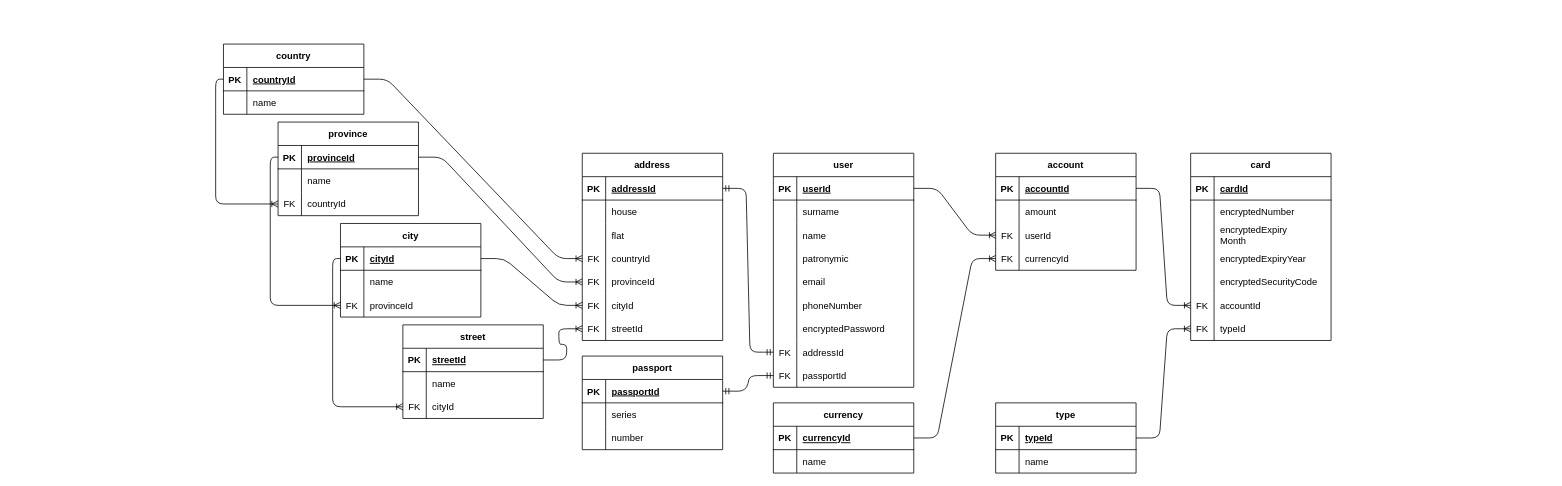
Above: server/database-models.drawio in embersage/Bank-application (draw.io), before the change. Source tidied: cells renumbered, new cells numbered last; positions are measured from the earlier drawing's top-left corner, leaving out a move shared by most shapes. Both pictures are drawn from the tidied source at 78%, with x=0, y=0 at pixel (215, 44).
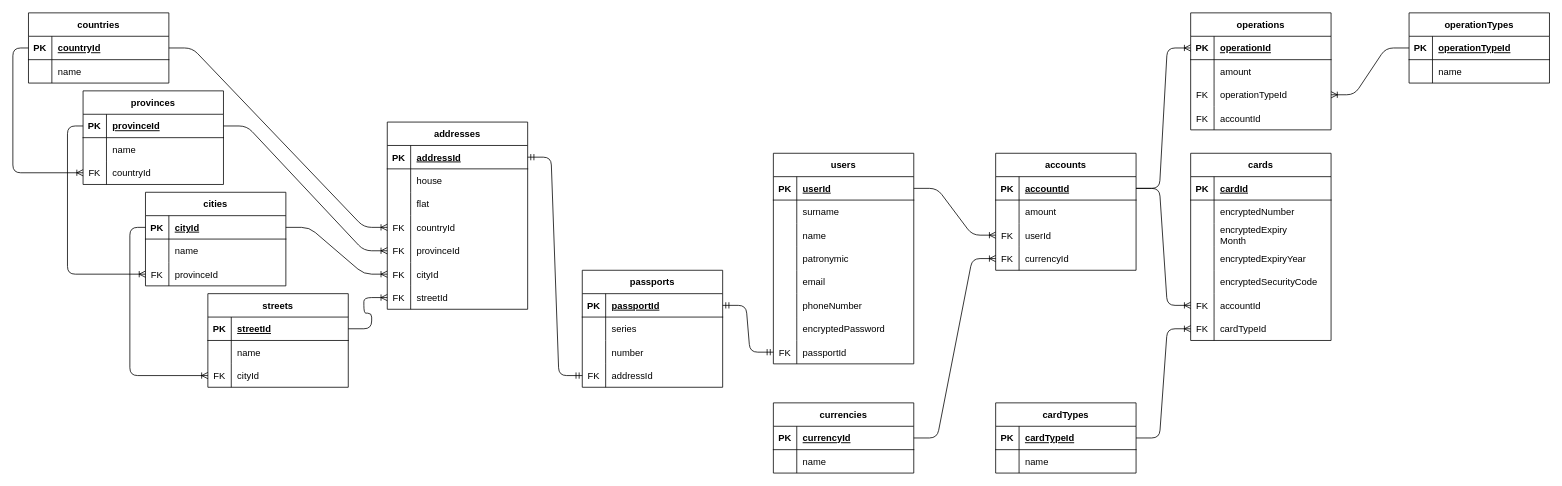
Above is the later version.

The change refers to these unchanged cells:
```xml
<mxCell id="50" style="shape=tableRow;horizontal=0;startSize=0;swimlaneHead=0;swimlaneBody=0;fillColor=none;points=[[0,0.5],[1,0.5]];portConstraint=eastwest;top=0;left=0;right=0;bottom=0;" parent="31" vertex="1">
  <mxGeometry y="210" width="180" height="30" as="geometry" />
</mxCell>
<mxCell id="55" style="shape=tableRow;horizontal=0;startSize=0;swimlaneHead=0;swimlaneBody=0;fillColor=none;points=[[0,0.5],[1,0.5]];portConstraint=eastwest;top=0;left=0;right=0;bottom=1;" parent="54" vertex="1">
  <mxGeometry y="30" width="180" height="30" as="geometry" />
</mxCell>
<mxCell id="78" style="shape=tableRow;horizontal=0;startSize=0;swimlaneHead=0;swimlaneBody=0;fillColor=none;points=[[0,0.5],[1,0.5]];portConstraint=eastwest;top=0;left=0;right=0;bottom=1;" parent="77" vertex="1">
  <mxGeometry y="30" width="180" height="30" as="geometry" />
</mxCell>
<mxCell id="100" style="shape=tableRow;horizontal=0;startSize=0;swimlaneHead=0;swimlaneBody=0;fillColor=none;points=[[0,0.5],[1,0.5]];portConstraint=eastwest;top=0;left=0;right=0;bottom=1;" parent="99" vertex="1">
  <mxGeometry y="30" width="180" height="30" as="geometry" />
</mxCell>
<mxCell id="108" style="shape=tableRow;horizontal=0;startSize=0;swimlaneHead=0;swimlaneBody=0;fillColor=none;points=[[0,0.5],[1,0.5]];portConstraint=eastwest;top=0;left=0;right=0;bottom=1;" parent="107" vertex="1">
  <mxGeometry y="30" width="180" height="30" as="geometry" />
</mxCell>
<mxCell id="114" style="shape=tableRow;horizontal=0;startSize=0;swimlaneHead=0;swimlaneBody=0;fillColor=none;points=[[0,0.5],[1,0.5]];portConstraint=eastwest;top=0;left=0;right=0;bottom=0;" parent="107" vertex="1">
  <mxGeometry y="90" width="180" height="30" as="geometry" />
</mxCell>
<mxCell id="119" style="shape=tableRow;horizontal=0;startSize=0;swimlaneHead=0;swimlaneBody=0;fillColor=none;points=[[0,0.5],[1,0.5]];portConstraint=eastwest;top=0;left=0;right=0;bottom=1;" parent="118" vertex="1">
  <mxGeometry y="30" width="180" height="30" as="geometry" />
</mxCell>
<mxCell id="125" style="shape=tableRow;horizontal=0;startSize=0;swimlaneHead=0;swimlaneBody=0;fillColor=none;points=[[0,0.5],[1,0.5]];portConstraint=eastwest;top=0;left=0;right=0;bottom=0;" parent="118" vertex="1">
  <mxGeometry y="90" width="180" height="30" as="geometry" />
</mxCell>
<mxCell id="136" style="shape=tableRow;horizontal=0;startSize=0;swimlaneHead=0;swimlaneBody=0;fillColor=none;points=[[0,0.5],[1,0.5]];portConstraint=eastwest;top=0;left=0;right=0;bottom=0;" parent="129" vertex="1">
  <mxGeometry y="90" width="180" height="30" as="geometry" />
</mxCell>
<mxCell id="145" style="shape=tableRow;horizontal=0;startSize=0;swimlaneHead=0;swimlaneBody=0;fillColor=none;points=[[0,0.5],[1,0.5]];portConstraint=eastwest;top=0;left=0;right=0;bottom=1;" parent="144" vertex="1">
  <mxGeometry y="30" width="180" height="30" as="geometry" />
</mxCell>
```

Change to the diagram source:
```diff
@@
-    <mxCell id="2" value="user" style="shape=table;startSize=30;childLayout=tableLayout;rowLines=0;fontStyle=1;align=center;" parent="1" vertex="1">
-      <mxGeometry x="715" y="140" width="180" height="300" as="geometry" />
+    <mxCell id="2" value="users" style="shape=table;startSize=30;childLayout=tableLayout;rowLines=0;fontStyle=1;align=center;" parent="1" vertex="1">
+      <mxGeometry x="715" y="140" width="180" height="270" as="geometry" />
     </mxCell>
@@
-    <mxCell id="24" style="shape=tableRow;horizontal=0;startSize=0;swimlaneHead=0;swimlaneBody=0;fillColor=none;points=[[0,0.5],[1,0.5]];portConstraint=eastwest;top=0;left=0;right=0;bottom=0;" parent="2" vertex="1">
-      <mxGeometry y="240" width="180" height="30" as="geometry" />
-    </mxCell>
-    <mxCell id="25" value="FK" style="shape=partialRectangle;fillColor=none;top=0;left=0;bottom=0;right=0;fontStyle=0;overflow=hidden;" parent="24" vertex="1">
-      <mxGeometry width="30" height="30" as="geometry" />
-    </mxCell>
-    <mxCell id="26" value="addressId" style="shape=partialRectangle;fillColor=none;top=0;left=0;bottom=0;right=0;align=left;spacingLeft=6;fontStyle=0;overflow=hidden;" parent="24" vertex="1">
-      <mxGeometry x="30" width="150" height="30" as="geometry" />
-    </mxCell>
     <mxCell id="27" style="shape=tableRow;horizontal=0;startSize=0;swimlaneHead=0;swimlaneBody=0;fillColor=none;points=[[0,0.5],[1,0.5]];portConstraint=eastwest;top=0;left=0;right=0;bottom=0;" parent="2" vertex="1">
-      <mxGeometry y="270" width="180" height="30" as="geometry" />
+      <mxGeometry y="240" width="180" height="30" as="geometry" />
     </mxCell>
@@
-    <mxCell id="31" value="card" style="shape=table;startSize=30;childLayout=tableLayout;rowLines=0;fontStyle=1;align=center;" parent="1" vertex="1">
+    <mxCell id="31" value="cards" style="shape=table;startSize=30;childLayout=tableLayout;rowLines=0;fontStyle=1;align=center;" parent="1" vertex="1">
       <mxGeometry x="1250" y="140" width="180" height="240" as="geometry" />
     </mxCell>
@@
-    <mxCell id="52" value="typeId" style="shape=partialRectangle;fillColor=none;top=0;left=0;bottom=0;right=0;align=left;spacingLeft=6;fontStyle=0;overflow=hidden;" parent="50" vertex="1">
+    <mxCell id="52" value="cardTypeId" style="shape=partialRectangle;fillColor=none;top=0;left=0;bottom=0;right=0;align=left;spacingLeft=6;fontStyle=0;overflow=hidden;" parent="50" vertex="1">
       <mxGeometry x="30" width="150" height="30" as="geometry" />
     </mxCell>
@@
-    <mxCell id="54" value="account" style="shape=table;startSize=30;childLayout=tableLayout;rowLines=0;fontStyle=1;align=center;" parent="1" vertex="1">
+    <mxCell id="54" value="accounts" style="shape=table;startSize=30;childLayout=tableLayout;rowLines=0;fontStyle=1;align=center;" parent="1" vertex="1">
       <mxGeometry x="1000" y="140" width="180" height="150" as="geometry" />
     </mxCell>
@@
-    <mxCell id="68" value="currency" style="shape=table;startSize=30;childLayout=tableLayout;rowLines=0;fontStyle=1;align=center;" parent="1" vertex="1">
+    <mxCell id="68" value="currencies" style="shape=table;startSize=30;childLayout=tableLayout;rowLines=0;fontStyle=1;align=center;" parent="1" vertex="1">
       <mxGeometry x="715" y="460" width="180" height="90" as="geometry" />
     </mxCell>
@@
-    <mxCell id="77" value="address" style="shape=table;startSize=30;childLayout=tableLayout;rowLines=0;fontStyle=1;align=center;" parent="1" vertex="1">
-      <mxGeometry x="470" y="140" width="180" height="240" as="geometry" />
+    <mxCell id="77" value="addresses" style="shape=table;startSize=30;childLayout=tableLayout;rowLines=0;fontStyle=1;align=center;" parent="1" vertex="1">
+      <mxGeometry x="220" y="100" width="180" height="240" as="geometry" />
     </mxCell>
@@
-    <mxCell id="99" value="country" style="shape=table;startSize=30;childLayout=tableLayout;rowLines=0;fontStyle=1;align=center;" parent="1" vertex="1">
-      <mxGeometry x="10" width="180" height="90" as="geometry" />
+    <mxCell id="99" value="countries" style="shape=table;startSize=30;childLayout=tableLayout;rowLines=0;fontStyle=1;align=center;" parent="1" vertex="1">
+      <mxGeometry x="-240" y="-40" width="180" height="90" as="geometry" />
     </mxCell>
@@
-    <mxCell id="107" value="province" style="shape=table;startSize=30;childLayout=tableLayout;rowLines=0;fontStyle=1;align=center;" parent="1" vertex="1">
-      <mxGeometry x="80" y="100" width="180" height="120" as="geometry" />
+    <mxCell id="107" value="provinces" style="shape=table;startSize=30;childLayout=tableLayout;rowLines=0;fontStyle=1;align=center;" parent="1" vertex="1">
+      <mxGeometry x="-170" y="60" width="180" height="120" as="geometry" />
     </mxCell>
@@
-    <mxCell id="118" value="city" style="shape=table;startSize=30;childLayout=tableLayout;rowLines=0;fontStyle=1;align=center;" parent="1" vertex="1">
-      <mxGeometry x="160" y="230" width="180" height="120" as="geometry" />
+    <mxCell id="118" value="cities" style="shape=table;startSize=30;childLayout=tableLayout;rowLines=0;fontStyle=1;align=center;" parent="1" vertex="1">
+      <mxGeometry x="-90" y="190" width="180" height="120" as="geometry" />
     </mxCell>
@@
-    <mxCell id="129" value="street" style="shape=table;startSize=30;childLayout=tableLayout;rowLines=0;fontStyle=1;align=center;" parent="1" vertex="1">
-      <mxGeometry x="240" y="360" width="180" height="120" as="geometry" />
+    <mxCell id="129" value="streets" style="shape=table;startSize=30;childLayout=tableLayout;rowLines=0;fontStyle=1;align=center;" parent="1" vertex="1">
+      <mxGeometry x="-10" y="320" width="180" height="120" as="geometry" />
     </mxCell>
@@
-    <mxCell id="140" style="fontSize=12;html=1;endArrow=ERoneToMany;exitX=0;exitY=0.5;exitDx=0;exitDy=0;entryX=0;entryY=0.5;entryDx=0;entryDy=0;edgeStyle=orthogonalEdgeStyle;" parent="1" edge="1" source="100" target="114">
-      <mxGeometry relative="1" as="geometry">
-        <Array as="points">
-          <mxPoint y="45" />
-          <mxPoint y="205" />
-        </Array>
-      </mxGeometry>
-    </mxCell>
-    <mxCell id="141" style="edgeStyle=orthogonalEdgeStyle;fontSize=12;html=1;endArrow=ERoneToMany;exitX=0;exitY=0.5;exitDx=0;exitDy=0;entryX=0;entryY=0.5;entryDx=0;entryDy=0;" parent="1" edge="1" source="108" target="125">
-      <mxGeometry relative="1" as="geometry">
-        <Array as="points">
-          <mxPoint x="70" y="145" />
-          <mxPoint x="70" y="335" />
-        </Array>
-      </mxGeometry>
-    </mxCell>
-    <mxCell id="142" style="edgeStyle=orthogonalEdgeStyle;fontSize=12;html=1;endArrow=ERoneToMany;exitX=0;exitY=0.5;exitDx=0;exitDy=0;entryX=0;entryY=0.5;entryDx=0;entryDy=0;" parent="1" edge="1" source="119" target="136">
-      <mxGeometry relative="1" as="geometry">
-        <Array as="points">
-          <mxPoint x="150" y="275" />
-          <mxPoint x="150" y="465" />
-        </Array>
-      </mxGeometry>
-    </mxCell>
-    <mxCell id="143" style="edgeStyle=entityRelationEdgeStyle;fontSize=12;html=1;endArrow=ERmandOne;startArrow=ERmandOne;sketch=0;strokeColor=default;exitX=1;exitY=0.5;exitDx=0;exitDy=0;entryX=0;entryY=0.5;entryDx=0;entryDy=0;" parent="1" edge="1" source="78" target="24">
-      <mxGeometry relative="1" as="geometry" />
-    </mxCell>
-    <mxCell id="144" value="type" style="shape=table;startSize=30;childLayout=tableLayout;rowLines=0;fontStyle=1;align=center;" parent="1" vertex="1">
+    <mxCell id="144" value="cardTypes" style="shape=table;startSize=30;childLayout=tableLayout;rowLines=0;fontStyle=1;align=center;" parent="1" vertex="1">
       <mxGeometry x="1000" y="460" width="180" height="90" as="geometry" />
     </mxCell>
@@
-    <mxCell id="147" value="typeId" style="shape=partialRectangle;fillColor=none;top=0;left=0;bottom=0;right=0;align=left;spacingLeft=6;fontStyle=5;overflow=hidden;" parent="145" vertex="1">
+    <mxCell id="147" value="cardTypeId" style="shape=partialRectangle;fillColor=none;top=0;left=0;bottom=0;right=0;align=left;spacingLeft=6;fontStyle=5;overflow=hidden;" parent="145" vertex="1">
       <mxGeometry x="30" width="150" height="30" as="geometry" />
     </mxCell>
@@
-    <mxCell id="152" value="passport" style="shape=table;startSize=30;childLayout=tableLayout;rowLines=0;fontStyle=1;align=center;" parent="1" vertex="1">
-      <mxGeometry x="470" y="400" width="180" height="120" as="geometry" />
+    <mxCell id="152" value="passports" style="shape=table;startSize=30;childLayout=tableLayout;rowLines=0;fontStyle=1;align=center;" parent="1" vertex="1">
+      <mxGeometry x="470" y="290" width="180" height="150" as="geometry" />
     </mxCell>
@@
+    <mxCell id="163" style="shape=tableRow;horizontal=0;startSize=0;swimlaneHead=0;swimlaneBody=0;fillColor=none;points=[[0,0.5],[1,0.5]];portConstraint=eastwest;top=0;left=0;right=0;bottom=0;" parent="152" vertex="1">
+      <mxGeometry y="120" width="180" height="30" as="geometry" />
+    </mxCell>
+    <mxCell id="164" value="FK" style="shape=partialRectangle;fillColor=none;top=0;left=0;bottom=0;right=0;fontStyle=0;overflow=hidden;" parent="163" vertex="1">
+      <mxGeometry width="30" height="30" as="geometry" />
+    </mxCell>
+    <mxCell id="26" value="addressId" style="shape=partialRectangle;fillColor=none;top=0;left=0;bottom=0;right=0;align=left;spacingLeft=6;fontStyle=0;overflow=hidden;" parent="163" vertex="1">
+      <mxGeometry x="30" width="150" height="30" as="geometry" />
+    </mxCell>
@@
+    <mxCell id="165" style="edgeStyle=entityRelationEdgeStyle;fontSize=12;html=1;endArrow=ERmandOne;startArrow=ERmandOne;sketch=0;strokeColor=default;exitX=1;exitY=0.5;exitDx=0;exitDy=0;entryX=0;entryY=0.5;entryDx=0;entryDy=0;" parent="1" edge="1" source="78" target="163">
+      <mxGeometry relative="1" as="geometry" />
+    </mxCell>
+    <mxCell id="166" value="operations" style="shape=table;startSize=30;childLayout=tableLayout;rowLines=0;fontStyle=1;align=center;" parent="1" vertex="1">
+      <mxGeometry x="1250" y="-40" width="180" height="150" as="geometry" />
+    </mxCell>
+    <mxCell id="167" style="shape=tableRow;horizontal=0;startSize=0;swimlaneHead=0;swimlaneBody=0;fillColor=none;points=[[0,0.5],[1,0.5]];portConstraint=eastwest;top=0;left=0;right=0;bottom=1;" parent="166" vertex="1">
+      <mxGeometry y="30" width="180" height="30" as="geometry" />
+    </mxCell>
+    <mxCell id="168" value="PK" style="shape=partialRectangle;fillColor=none;top=0;left=0;bottom=0;right=0;fontStyle=1;overflow=hidden;" parent="167" vertex="1">
+      <mxGeometry width="30" height="30" as="geometry" />
+    </mxCell>
+    <mxCell id="169" value="operationId" style="shape=partialRectangle;fillColor=none;top=0;left=0;bottom=0;right=0;align=left;spacingLeft=6;fontStyle=5;overflow=hidden;" parent="167" vertex="1">
+      <mxGeometry x="30" width="150" height="30" as="geometry" />
+    </mxCell>
+    <mxCell id="170" style="shape=tableRow;horizontal=0;startSize=0;swimlaneHead=0;swimlaneBody=0;fillColor=none;top=0;left=0;right=0;bottom=0;" parent="166" vertex="1">
+      <mxGeometry y="60" width="180" height="30" as="geometry" />
+    </mxCell>
+    <mxCell id="171" style="shape=partialRectangle;fillColor=none;top=0;left=0;bottom=0;right=0;overflow=hidden;" parent="170" vertex="1">
+      <mxGeometry width="30" height="30" as="geometry" />
+    </mxCell>
+    <mxCell id="172" value="amount" style="shape=partialRectangle;fillColor=none;top=0;left=0;bottom=0;right=0;align=left;spacingLeft=6;overflow=hidden;" parent="170" vertex="1">
+      <mxGeometry x="30" width="150" height="30" as="geometry" />
+    </mxCell>
+    <mxCell id="173" style="shape=tableRow;horizontal=0;startSize=0;swimlaneHead=0;swimlaneBody=0;fillColor=none;points=[[0,0.5],[1,0.5]];portConstraint=eastwest;top=0;left=0;right=0;bottom=0;" parent="166" vertex="1">
+      <mxGeometry y="90" width="180" height="30" as="geometry" />
+    </mxCell>
+    <mxCell id="174" value="FK" style="shape=partialRectangle;fillColor=none;top=0;left=0;bottom=0;right=0;fontStyle=0;overflow=hidden;" parent="173" vertex="1">
+      <mxGeometry width="30" height="30" as="geometry" />
+    </mxCell>
+    <mxCell id="175" value="operationTypeId" style="shape=partialRectangle;fillColor=none;top=0;left=0;bottom=0;right=0;align=left;spacingLeft=6;fontStyle=0;overflow=hidden;" parent="173" vertex="1">
+      <mxGeometry x="30" width="150" height="30" as="geometry" />
+    </mxCell>
+    <mxCell id="176" style="shape=tableRow;horizontal=0;startSize=0;swimlaneHead=0;swimlaneBody=0;fillColor=none;top=0;left=0;right=0;bottom=0;" parent="166" vertex="1">
+      <mxGeometry y="120" width="180" height="30" as="geometry" />
+    </mxCell>
+    <mxCell id="177" value="FK" style="shape=partialRectangle;fillColor=none;top=0;left=0;bottom=0;right=0;fontStyle=0;overflow=hidden;" parent="176" vertex="1">
+      <mxGeometry width="30" height="30" as="geometry" />
+    </mxCell>
+    <mxCell id="178" value="accountId" style="shape=partialRectangle;fillColor=none;top=0;left=0;bottom=0;right=0;align=left;spacingLeft=6;fontStyle=0;overflow=hidden;" parent="176" vertex="1">
+      <mxGeometry x="30" width="150" height="30" as="geometry" />
+    </mxCell>
+    <mxCell id="179" value="operationTypes" style="shape=table;startSize=30;childLayout=tableLayout;rowLines=0;fontStyle=1;align=center;" parent="1" vertex="1">
+      <mxGeometry x="1530" y="-40" width="180" height="90" as="geometry" />
+    </mxCell>
+    <mxCell id="180" style="shape=tableRow;horizontal=0;startSize=0;swimlaneHead=0;swimlaneBody=0;fillColor=none;points=[[0,0.5],[1,0.5]];portConstraint=eastwest;top=0;left=0;right=0;bottom=1;" parent="179" vertex="1">
+      <mxGeometry y="30" width="180" height="30" as="geometry" />
+    </mxCell>
+    <mxCell id="181" value="PK" style="shape=partialRectangle;fillColor=none;top=0;left=0;bottom=0;right=0;fontStyle=1;overflow=hidden;" parent="180" vertex="1">
+      <mxGeometry width="30" height="30" as="geometry" />
+    </mxCell>
+    <mxCell id="182" value="operationTypeId" style="shape=partialRectangle;fillColor=none;top=0;left=0;bottom=0;right=0;align=left;spacingLeft=6;fontStyle=5;overflow=hidden;" parent="180" vertex="1">
+      <mxGeometry x="30" width="150" height="30" as="geometry" />
+    </mxCell>
+    <mxCell id="183" style="shape=tableRow;horizontal=0;startSize=0;swimlaneHead=0;swimlaneBody=0;fillColor=none;top=0;left=0;right=0;bottom=0;" parent="179" vertex="1">
+      <mxGeometry y="60" width="180" height="30" as="geometry" />
+    </mxCell>
+    <mxCell id="184" style="shape=partialRectangle;fillColor=none;top=0;left=0;bottom=0;right=0;overflow=hidden;" parent="183" vertex="1">
+      <mxGeometry width="30" height="30" as="geometry" />
+    </mxCell>
+    <mxCell id="185" value="name" style="shape=partialRectangle;fillColor=none;top=0;left=0;bottom=0;right=0;align=left;spacingLeft=6;overflow=hidden;" parent="183" vertex="1">
+      <mxGeometry x="30" width="150" height="30" as="geometry" />
+    </mxCell>
+    <mxCell id="186" style="edgeStyle=entityRelationEdgeStyle;fontSize=12;html=1;endArrow=ERoneToMany;exitX=0;exitY=0.5;exitDx=0;exitDy=0;entryX=1;entryY=0.5;entryDx=0;entryDy=0;" parent="1" edge="1" source="180" target="173">
+      <mxGeometry relative="1" as="geometry" />
+    </mxCell>
+    <mxCell id="187" style="edgeStyle=entityRelationEdgeStyle;fontSize=12;html=1;endArrow=ERoneToMany;exitX=1;exitY=0.5;exitDx=0;exitDy=0;entryX=0;entryY=0.5;entryDx=0;entryDy=0;" parent="1" edge="1" source="55" target="167">
+      <mxGeometry relative="1" as="geometry" />
+    </mxCell>
+    <mxCell id="141" style="edgeStyle=orthogonalEdgeStyle;fontSize=12;html=1;endArrow=ERoneToMany;exitX=0;exitY=0.5;exitDx=0;exitDy=0;entryX=0;entryY=0.5;entryDx=0;entryDy=0;" parent="1" edge="1" source="108" target="125">
+      <mxGeometry relative="1" as="geometry">
+        <Array as="points">
+          <mxPoint x="-190" y="105" />
+          <mxPoint x="-190" y="295" />
+        </Array>
+      </mxGeometry>
+    </mxCell>
+    <mxCell id="142" style="edgeStyle=orthogonalEdgeStyle;fontSize=12;html=1;endArrow=ERoneToMany;exitX=0;exitY=0.5;exitDx=0;exitDy=0;entryX=0;entryY=0.5;entryDx=0;entryDy=0;" parent="1" edge="1" source="119" target="136">
+      <mxGeometry relative="1" as="geometry">
+        <Array as="points">
+          <mxPoint x="-110" y="235" />
+          <mxPoint x="-110" y="425" />
+        </Array>
+      </mxGeometry>
+    </mxCell>
+    <mxCell id="140" style="edgeStyle=orthogonalEdgeStyle;fontSize=12;html=1;endArrow=ERoneToMany;exitX=0;exitY=0.5;exitDx=0;exitDy=0;entryX=0;entryY=0.5;entryDx=0;entryDy=0;" parent="1" edge="1" source="100" target="114">
+      <mxGeometry relative="1" as="geometry">
+        <Array as="points">
+          <mxPoint x="-260" y="5" />
+          <mxPoint x="-260" y="165" />
+        </Array>
+      </mxGeometry>
+    </mxCell>
```
